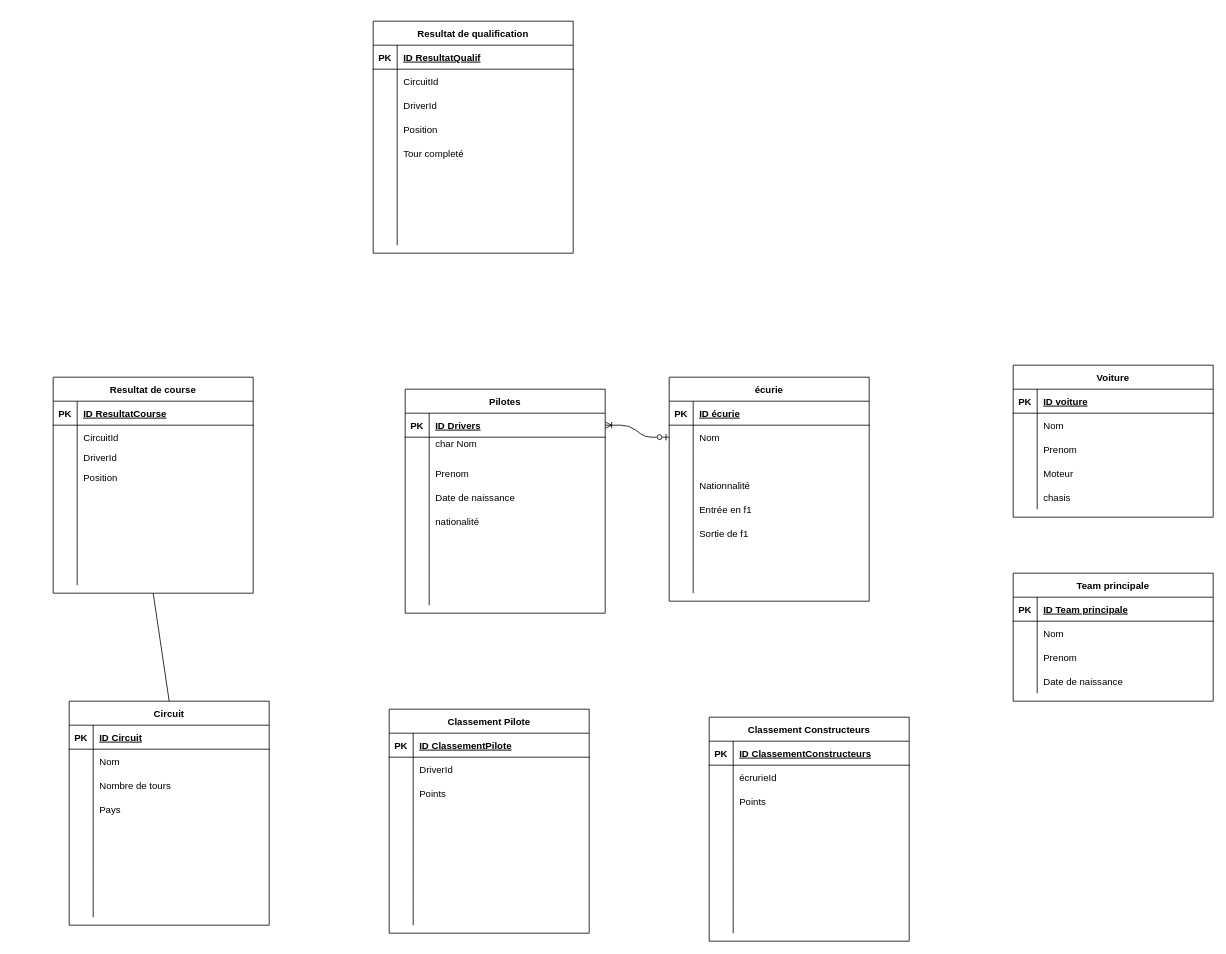
This is Diagramme sans nom.drawio from CamilleSimon/BTS2-CIEL-IR-MCD-2024-2025, a draw.io file, before an edit. Source tidied: cells renumbered, new cells numbered last; positions are measured from the earlier drawing's top-left corner, leaving out a move shared by most shapes. Both pictures are drawn from the tidied source at 80%, with x=0, y=0 at pixel (53, 21).
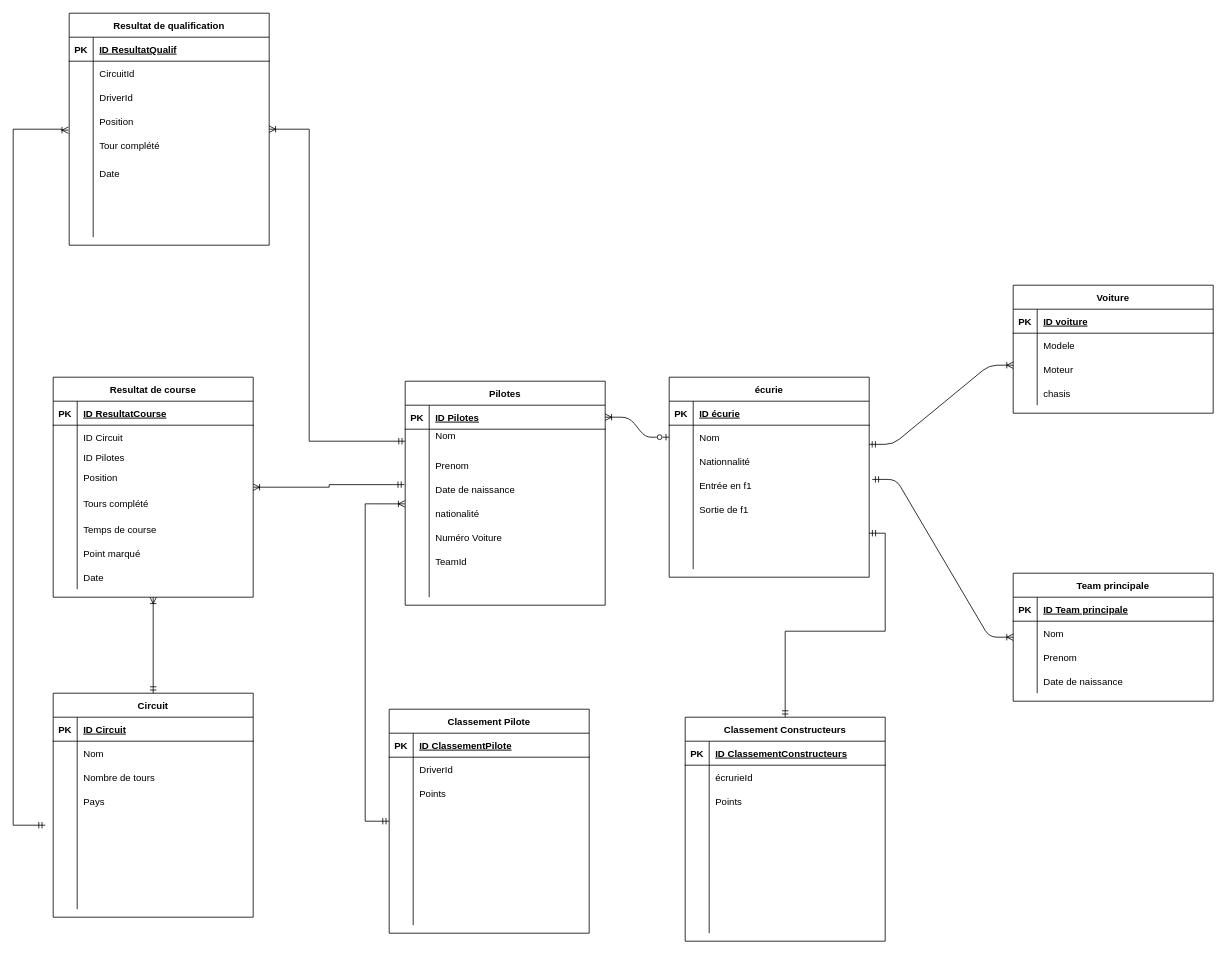
After the change.

Commit message:
Mettre à jour Diagramme sans nom.drawio

Unchanged cells that the change refers to:
```xml
<mxCell id="7" style="shape=partialRectangle;fillColor=none;points=[[0,0.5],[1,0.5]];portConstraint=eastwest;top=0;left=0;right=0;bottom=0;" parent="3" vertex="1">
  <mxGeometry y="60" width="250" height="30" as="geometry" />
</mxCell>
<mxCell id="29" style="shape=partialRectangle;fillColor=none;points=[[0,0.5],[1,0.5]];portConstraint=eastwest;top=0;left=0;right=0;bottom=1;" parent="28" vertex="1">
  <mxGeometry y="30" width="250" height="30" as="geometry" />
</mxCell>
<mxCell id="32" style="shape=partialRectangle;fillColor=none;points=[[0,0.5],[1,0.5]];portConstraint=eastwest;top=0;left=0;right=0;bottom=0;" parent="28" vertex="1">
  <mxGeometry y="60" width="250" height="30" as="geometry" />
</mxCell>
<mxCell id="38" style="shape=partialRectangle;fillColor=none;points=[[0,0.5],[1,0.5]];portConstraint=eastwest;top=0;left=0;right=0;bottom=0;" parent="28" vertex="1">
  <mxGeometry y="120" width="250" height="30" as="geometry" />
</mxCell>
<mxCell id="44" style="shape=partialRectangle;fillColor=none;top=0;left=0;right=0;bottom=0;" parent="28" vertex="1">
  <mxGeometry y="180" width="250" height="30" as="geometry" />
</mxCell>
<mxCell id="47" style="shape=partialRectangle;fillColor=none;top=0;left=0;right=0;bottom=0;" parent="28" vertex="1">
  <mxGeometry y="210" width="250" height="30" as="geometry" />
</mxCell>
<mxCell id="53" value="Classement Pilote" style="shape=table;startSize=30;childLayout=tableLayout;rowLines=0;fontStyle=1;align=center;" parent="1" vertex="1">
  <mxGeometry x="420" y="860" width="250" height="280" as="geometry" />
</mxCell>
<mxCell id="107" style="shape=partialRectangle;fillColor=none;top=0;left=0;right=0;bottom=0;" parent="103" vertex="1">
  <mxGeometry y="60" width="250" height="30" as="geometry" />
</mxCell>
<mxCell id="167" style="shape=partialRectangle;fillColor=none;points=[[0,0.5],[1,0.5]];portConstraint=eastwest;top=0;left=0;right=0;bottom=0;" parent="157" vertex="1">
  <mxGeometry y="120" width="250" height="30" as="geometry" />
</mxCell>
<mxCell id="170" style="shape=partialRectangle;fillColor=none;top=0;left=0;right=0;bottom=0;" parent="157" vertex="1">
  <mxGeometry y="150" width="250" height="30" as="geometry" />
</mxCell>
<mxCell id="173" style="shape=partialRectangle;fillColor=none;top=0;left=0;right=0;bottom=0;" parent="157" vertex="1">
  <mxGeometry y="180" width="250" height="40" as="geometry" />
</mxCell>
<mxCell id="186" style="shape=partialRectangle;fillColor=none;top=0;left=0;right=0;bottom=0;" parent="182" vertex="1">
  <mxGeometry y="60" width="250" height="30" as="geometry" />
</mxCell>
<mxCell id="189" style="shape=partialRectangle;fillColor=none;top=0;left=0;right=0;bottom=0;" parent="182" vertex="1">
  <mxGeometry y="90" width="250" height="20" as="geometry" />
</mxCell>
```

The edit, as a diff of the source:
```diff
@@
     <mxCell id="3" value="écurie" style="shape=table;startSize=30;childLayout=tableLayout;rowLines=0;fontStyle=1;align=center;" parent="1" vertex="1">
-      <mxGeometry x="770" y="445" width="250" height="280" as="geometry" />
+      <mxGeometry x="770" y="445" width="250" height="250" as="geometry" />
     </mxCell>
@@
-    <mxCell id="10" style="shape=partialRectangle;fillColor=none;top=0;left=0;right=0;bottom=0;" parent="3" vertex="1">
-      <mxGeometry y="90" width="250" height="30" as="geometry" />
-    </mxCell>
-    <mxCell id="11" style="shape=partialRectangle;overflow=hidden;fillColor=none;top=0;left=0;bottom=0;right=0;" parent="10" vertex="1">
-      <mxGeometry width="30" height="30" as="geometry" />
-    </mxCell>
-    <mxCell id="12" style="shape=partialRectangle;overflow=hidden;fillColor=none;top=0;left=0;bottom=0;right=0;align=left;spacingLeft=6;" parent="10" vertex="1">
-      <mxGeometry x="30" width="220" height="30" as="geometry" />
-    </mxCell>
     <mxCell id="13" style="shape=partialRectangle;fillColor=none;top=0;left=0;right=0;bottom=0;" parent="3" vertex="1">
-      <mxGeometry y="120" width="250" height="30" as="geometry" />
+      <mxGeometry y="90" width="250" height="30" as="geometry" />
     </mxCell>
@@
     <mxCell id="16" style="shape=partialRectangle;fillColor=none;points=[[0,0.5],[1,0.5]];portConstraint=eastwest;top=0;left=0;right=0;bottom=0;" parent="3" vertex="1">
-      <mxGeometry y="150" width="250" height="30" as="geometry" />
+      <mxGeometry y="120" width="250" height="30" as="geometry" />
     </mxCell>
@@
     <mxCell id="19" style="shape=partialRectangle;fillColor=none;top=0;left=0;right=0;bottom=0;" parent="3" vertex="1">
-      <mxGeometry y="180" width="250" height="30" as="geometry" />
+      <mxGeometry y="150" width="250" height="30" as="geometry" />
     </mxCell>
@@
     <mxCell id="22" style="shape=partialRectangle;fillColor=none;points=[[0,0.5],[1,0.5]];portConstraint=eastwest;top=0;left=0;right=0;bottom=0;" parent="3" vertex="1">
-      <mxGeometry y="210" width="250" height="30" as="geometry" />
+      <mxGeometry y="180" width="250" height="30" as="geometry" />
     </mxCell>
@@
     <mxCell id="25" style="shape=partialRectangle;fillColor=none;top=0;left=0;right=0;bottom=0;" parent="3" vertex="1">
-      <mxGeometry y="240" width="250" height="30" as="geometry" />
+      <mxGeometry y="210" width="250" height="30" as="geometry" />
     </mxCell>
@@
     <mxCell id="28" value="Pilotes" style="shape=table;startSize=30;childLayout=tableLayout;rowLines=0;fontStyle=1;align=center;" parent="1" vertex="1">
-      <mxGeometry x="440" y="460" width="250" height="280" as="geometry" />
+      <mxGeometry x="440" y="450" width="250" height="280" as="geometry" />
     </mxCell>
@@
-    <mxCell id="31" value="ID Drivers" style="shape=partialRectangle;overflow=hidden;fillColor=none;top=0;left=0;bottom=0;right=0;align=left;spacingLeft=6;fontStyle=5;" parent="29" vertex="1">
+    <mxCell id="31" value="ID Pilotes" style="shape=partialRectangle;overflow=hidden;fillColor=none;top=0;left=0;bottom=0;right=0;align=left;spacingLeft=6;fontStyle=5;" parent="29" vertex="1">
       <mxGeometry x="30" width="220" height="30" as="geometry" />
     </mxCell>
@@
-    <mxCell id="34" value="char Nom&#10;" style="shape=partialRectangle;overflow=hidden;fillColor=none;top=0;left=0;bottom=0;right=0;align=left;spacingLeft=6;" parent="32" vertex="1">
+    <mxCell id="34" value="Nom&#10;" style="shape=partialRectangle;overflow=hidden;fillColor=none;top=0;left=0;bottom=0;right=0;align=left;spacingLeft=6;" parent="32" vertex="1">
       <mxGeometry x="30" width="220" height="30" as="geometry" />
     </mxCell>
@@
-    <mxCell id="46" style="shape=partialRectangle;overflow=hidden;fillColor=none;top=0;left=0;bottom=0;right=0;align=left;spacingLeft=6;" parent="44" vertex="1">
+    <mxCell id="46" value="Numéro Voiture" style="shape=partialRectangle;overflow=hidden;fillColor=none;top=0;left=0;bottom=0;right=0;align=left;spacingLeft=6;" parent="44" vertex="1">
       <mxGeometry x="30" width="220" height="30" as="geometry" />
     </mxCell>
@@
-    <mxCell id="49" style="shape=partialRectangle;overflow=hidden;fillColor=none;top=0;left=0;bottom=0;right=0;align=left;spacingLeft=6;" parent="47" vertex="1">
+    <mxCell id="49" value="TeamId" style="shape=partialRectangle;overflow=hidden;fillColor=none;top=0;left=0;bottom=0;right=0;align=left;spacingLeft=6;" parent="47" vertex="1">
       <mxGeometry x="30" width="220" height="30" as="geometry" />
     </mxCell>
@@
     <mxCell id="78" value="Classement Constructeurs" style="shape=table;startSize=30;childLayout=tableLayout;rowLines=0;fontStyle=1;align=center;" parent="1" vertex="1">
-      <mxGeometry x="820" y="870" width="250" height="280" as="geometry" />
+      <mxGeometry x="790" y="870" width="250" height="280" as="geometry" />
     </mxCell>
@@
     <mxCell id="103" value="Voiture" style="shape=table;startSize=30;childLayout=tableLayout;rowLines=0;fontStyle=1;align=center;" parent="1" vertex="1">
-      <mxGeometry x="1200" y="430" width="250" height="190" as="geometry" />
+      <mxGeometry x="1200" y="330" width="250" height="160" as="geometry" />
     </mxCell>
@@
-    <mxCell id="109" value="Nom" style="shape=partialRectangle;overflow=hidden;fillColor=none;top=0;left=0;bottom=0;right=0;align=left;spacingLeft=6;" parent="107" vertex="1">
+    <mxCell id="109" value="Modele" style="shape=partialRectangle;overflow=hidden;fillColor=none;top=0;left=0;bottom=0;right=0;align=left;spacingLeft=6;" parent="107" vertex="1">
       <mxGeometry x="30" width="220" height="30" as="geometry" />
     </mxCell>
-    <mxCell id="110" style="shape=partialRectangle;fillColor=none;top=0;left=0;right=0;bottom=0;" parent="103" vertex="1">
-      <mxGeometry y="90" width="250" height="30" as="geometry" />
-    </mxCell>
-    <mxCell id="111" style="shape=partialRectangle;overflow=hidden;fillColor=none;top=0;left=0;bottom=0;right=0;" parent="110" vertex="1">
-      <mxGeometry width="30" height="30" as="geometry" />
-    </mxCell>
-    <mxCell id="112" value="Prenom" style="shape=partialRectangle;overflow=hidden;fillColor=none;top=0;left=0;bottom=0;right=0;align=left;spacingLeft=6;" parent="110" vertex="1">
-      <mxGeometry x="30" width="220" height="30" as="geometry" />
-    </mxCell>
     <mxCell id="113" style="shape=partialRectangle;fillColor=none;top=0;left=0;right=0;bottom=0;" parent="103" vertex="1">
-      <mxGeometry y="120" width="250" height="30" as="geometry" />
+      <mxGeometry y="90" width="250" height="30" as="geometry" />
     </mxCell>
@@
     <mxCell id="116" style="shape=partialRectangle;fillColor=none;top=0;left=0;right=0;bottom=0;" parent="103" vertex="1">
-      <mxGeometry y="150" width="250" height="30" as="geometry" />
+      <mxGeometry y="120" width="250" height="30" as="geometry" />
     </mxCell>
@@
     <mxCell id="132" value="Circuit" style="shape=table;startSize=30;childLayout=tableLayout;rowLines=0;fontStyle=1;align=center;" parent="1" vertex="1">
-      <mxGeometry x="20" y="850" width="250" height="280" as="geometry" />
+      <mxGeometry y="840" width="250" height="280" as="geometry" />
     </mxCell>
@@
+    <mxCell id="208" style="edgeStyle=orthogonalEdgeStyle;rounded=0;jettySize=auto;html=1;entryX=0;entryY=0.5;entryDx=0;entryDy=0;endArrow=ERmandOne;endFill=0;startArrow=ERoneToMany;startFill=0;" parent="1" edge="1" source="157" target="32">
+      <mxGeometry relative="1" as="geometry">
+        <Array as="points">
+          <mxPoint x="320" y="135" />
+          <mxPoint x="320" y="525" />
+        </Array>
+      </mxGeometry>
+    </mxCell>
+    <mxCell id="209" style="edgeStyle=orthogonalEdgeStyle;rounded=0;jettySize=auto;html=1;entryX=0;entryY=0.5;entryDx=0;entryDy=0;endArrow=ERmandOne;endFill=0;startArrow=ERoneToMany;startFill=0;exitX=-0.004;exitY=0.872;exitDx=0;exitDy=0;exitPerimeter=0;" parent="1" edge="1" source="167">
+      <mxGeometry relative="1" as="geometry">
+        <mxPoint x="-10" y="1005" as="targetPoint" />
+        <Array as="points">
+          <mxPoint x="10" y="136" />
+          <mxPoint x="10" y="135" />
+          <mxPoint x="-50" y="135" />
+          <mxPoint x="-50" y="1005" />
+        </Array>
+      </mxGeometry>
+    </mxCell>
     <mxCell id="157" value="Resultat de qualification" style="shape=table;startSize=30;childLayout=tableLayout;rowLines=0;fontStyle=1;align=center;" parent="1" vertex="1">
-      <mxGeometry x="400" width="250" height="290" as="geometry" />
+      <mxGeometry x="20" y="-10" width="250" height="290" as="geometry" />
     </mxCell>
@@
-    <mxCell id="172" value="Tour completé" style="shape=partialRectangle;overflow=hidden;fillColor=none;top=0;left=0;bottom=0;right=0;align=left;spacingLeft=6;" parent="170" vertex="1">
+    <mxCell id="172" value="Tour complété" style="shape=partialRectangle;overflow=hidden;fillColor=none;top=0;left=0;bottom=0;right=0;align=left;spacingLeft=6;" parent="170" vertex="1">
       <mxGeometry x="30" width="220" height="30" as="geometry" />
     </mxCell>
@@
-    <mxCell id="175" style="shape=partialRectangle;overflow=hidden;fillColor=none;top=0;left=0;bottom=0;right=0;align=left;spacingLeft=6;" parent="173" vertex="1">
+    <mxCell id="175" value="Date" style="shape=partialRectangle;overflow=hidden;fillColor=none;top=0;left=0;bottom=0;right=0;align=left;spacingLeft=6;" parent="173" vertex="1">
       <mxGeometry x="30" width="220" height="40" as="geometry" />
     </mxCell>
@@
     <mxCell id="182" value="Resultat de course" style="shape=table;startSize=30;childLayout=tableLayout;rowLines=0;fontStyle=1;align=center;" parent="1" vertex="1">
-      <mxGeometry y="445" width="250" height="270" as="geometry" />
+      <mxGeometry y="445" width="250" height="275" as="geometry" />
     </mxCell>
@@
-    <mxCell id="188" value="CircuitId" style="shape=partialRectangle;overflow=hidden;fillColor=none;top=0;left=0;bottom=0;right=0;align=left;spacingLeft=6;" parent="186" vertex="1">
+    <mxCell id="188" value="ID Circuit" style="shape=partialRectangle;overflow=hidden;fillColor=none;top=0;left=0;bottom=0;right=0;align=left;spacingLeft=6;" parent="186" vertex="1">
       <mxGeometry x="30" width="220" height="30" as="geometry" />
     </mxCell>
@@
-    <mxCell id="191" value="DriverId" style="shape=partialRectangle;overflow=hidden;fillColor=none;top=0;left=0;bottom=0;right=0;align=left;spacingLeft=6;" parent="189" vertex="1">
+    <mxCell id="191" value="ID Pilotes" style="shape=partialRectangle;overflow=hidden;fillColor=none;top=0;left=0;bottom=0;right=0;align=left;spacingLeft=6;" parent="189" vertex="1">
       <mxGeometry x="30" width="220" height="20" as="geometry" />
     </mxCell>
@@
     <mxCell id="195" style="shape=partialRectangle;fillColor=none;top=0;left=0;right=0;bottom=0;" parent="182" vertex="1">
-      <mxGeometry y="140" width="250" height="30" as="geometry" />
+      <mxGeometry y="140" width="250" height="35" as="geometry" />
     </mxCell>
     <mxCell id="196" style="shape=partialRectangle;overflow=hidden;fillColor=none;top=0;left=0;bottom=0;right=0;" parent="195" vertex="1">
-      <mxGeometry width="30" height="30" as="geometry" />
+      <mxGeometry width="30" height="35" as="geometry" />
     </mxCell>
-    <mxCell id="197" style="shape=partialRectangle;overflow=hidden;fillColor=none;top=0;left=0;bottom=0;right=0;align=left;spacingLeft=6;" parent="195" vertex="1">
-      <mxGeometry x="30" width="220" height="30" as="geometry" />
+    <mxCell id="197" value="Tours complété" style="shape=partialRectangle;overflow=hidden;fillColor=none;top=0;left=0;bottom=0;right=0;align=left;spacingLeft=6;" parent="195" vertex="1">
+      <mxGeometry x="30" width="220" height="35" as="geometry" />
     </mxCell>
     <mxCell id="198" style="shape=partialRectangle;fillColor=none;top=0;left=0;right=0;bottom=0;" parent="182" vertex="1">
-      <mxGeometry y="170" width="250" height="30" as="geometry" />
+      <mxGeometry y="175" width="250" height="30" as="geometry" />
     </mxCell>
@@
-    <mxCell id="200" style="shape=partialRectangle;overflow=hidden;fillColor=none;top=0;left=0;bottom=0;right=0;align=left;spacingLeft=6;" parent="198" vertex="1">
+    <mxCell id="200" value="Temps de course" style="shape=partialRectangle;overflow=hidden;fillColor=none;top=0;left=0;bottom=0;right=0;align=left;spacingLeft=6;" parent="198" vertex="1">
       <mxGeometry x="30" width="220" height="30" as="geometry" />
     </mxCell>
     <mxCell id="201" style="shape=partialRectangle;fillColor=none;top=0;left=0;right=0;bottom=0;" parent="182" vertex="1">
-      <mxGeometry y="200" width="250" height="30" as="geometry" />
+      <mxGeometry y="205" width="250" height="30" as="geometry" />
     </mxCell>
@@
-    <mxCell id="203" style="shape=partialRectangle;overflow=hidden;fillColor=none;top=0;left=0;bottom=0;right=0;align=left;spacingLeft=6;" parent="201" vertex="1">
+    <mxCell id="203" value="Point marqué" style="shape=partialRectangle;overflow=hidden;fillColor=none;top=0;left=0;bottom=0;right=0;align=left;spacingLeft=6;" parent="201" vertex="1">
       <mxGeometry x="30" width="220" height="30" as="geometry" />
     </mxCell>
     <mxCell id="204" style="shape=partialRectangle;fillColor=none;top=0;left=0;right=0;bottom=0;" parent="182" vertex="1">
-      <mxGeometry y="230" width="250" height="30" as="geometry" />
+      <mxGeometry y="235" width="250" height="30" as="geometry" />
     </mxCell>
@@
-    <mxCell id="206" style="shape=partialRectangle;overflow=hidden;fillColor=none;top=0;left=0;bottom=0;right=0;align=left;spacingLeft=6;" parent="204" vertex="1">
+    <mxCell id="206" value="Date" style="shape=partialRectangle;overflow=hidden;fillColor=none;top=0;left=0;bottom=0;right=0;align=left;spacingLeft=6;" parent="204" vertex="1">
       <mxGeometry x="30" width="220" height="30" as="geometry" />
     </mxCell>
-    <mxCell id="207" style="endArrow=none;html=1;rounded=0;entryX=0.5;entryY=1;entryDx=0;entryDy=0;exitX=0.5;exitY=0;exitDx=0;exitDy=0;" parent="1" edge="1" source="132" target="182">
+    <mxCell id="207" style="endArrow=ERoneToMany;html=1;rounded=0;entryX=0.5;entryY=1;entryDx=0;entryDy=0;exitX=0.5;exitY=0;exitDx=0;exitDy=0;endFill=0;startArrow=ERmandOne;startFill=0;" parent="1" edge="1" source="132" target="182">
       <mxGeometry relative="1" as="geometry" />
     </mxCell>
+    <mxCell id="210" style="edgeStyle=entityRelationEdgeStyle;endArrow=ERoneToMany;startArrow=ERmandOne;endFill=0;startFill=0;entryX=0;entryY=0.333;entryDx=0;entryDy=0;entryPerimeter=0;exitX=0.999;exitY=0.798;exitDx=0;exitDy=0;exitPerimeter=0;" parent="1" edge="1" source="7">
+      <mxGeometry relative="1" as="geometry">
+        <mxPoint x="1200" y="430" as="targetPoint" />
+      </mxGeometry>
+    </mxCell>
+    <mxCell id="211" style="edgeStyle=entityRelationEdgeStyle;endArrow=ERoneToMany;startArrow=ERmandOne;endFill=0;startFill=0;exitX=1.015;exitY=0.259;exitDx=0;exitDy=0;exitPerimeter=0;" parent="1" edge="1" source="16">
+      <mxGeometry relative="1" as="geometry">
+        <mxPoint x="1200" y="770" as="targetPoint" />
+      </mxGeometry>
+    </mxCell>
+    <mxCell id="212" style="edgeStyle=orthogonalEdgeStyle;rounded=0;jettySize=auto;html=1;entryX=0.5;entryY=0;entryDx=0;entryDy=0;startArrow=ERmandOne;startFill=0;endArrow=ERmandOne;endFill=0;" parent="1" edge="1" source="22" target="78">
+      <mxGeometry relative="1" as="geometry" />
+    </mxCell>
+    <mxCell id="213" style="edgeStyle=orthogonalEdgeStyle;rounded=0;jettySize=auto;html=1;entryX=-0.002;entryY=1.111;entryDx=0;entryDy=0;entryPerimeter=0;startArrow=ERmandOne;startFill=0;endArrow=ERoneToMany;endFill=0;" parent="1" edge="1" source="53" target="38">
+      <mxGeometry relative="1" as="geometry">
+        <Array as="points">
+          <mxPoint x="390" y="1000" />
+          <mxPoint x="390" y="603" />
+        </Array>
+      </mxGeometry>
+    </mxCell>
+    <mxCell id="214" style="edgeStyle=orthogonalEdgeStyle;rounded=0;jettySize=auto;html=1;entryX=-0.004;entryY=0.31;entryDx=0;entryDy=0;entryPerimeter=0;endArrow=ERmandOne;endFill=0;startArrow=ERoneToMany;startFill=0;" parent="1" edge="1" source="182" target="38">
+      <mxGeometry relative="1" as="geometry" />
+    </mxCell>
```
